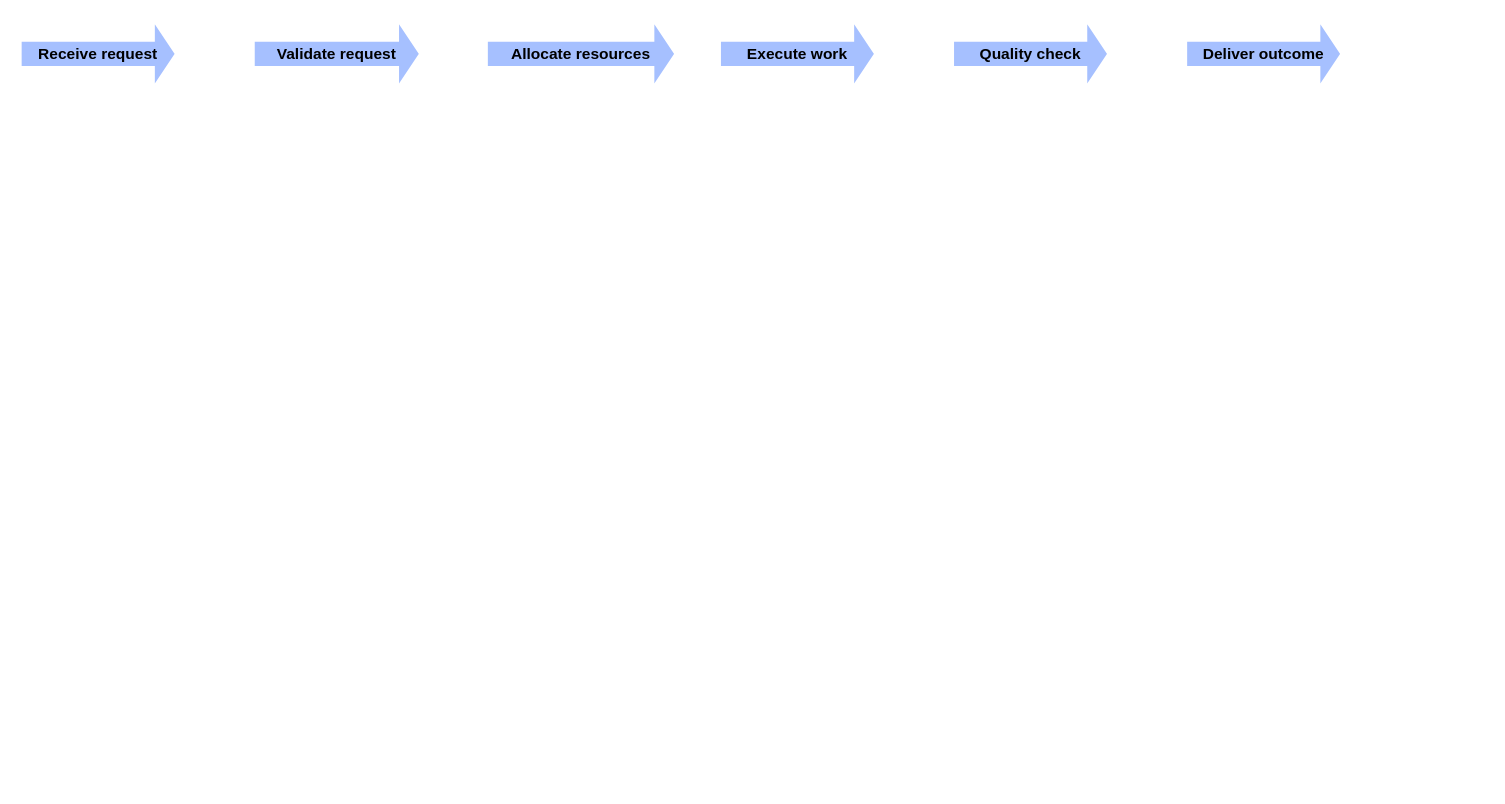
Earlier version of the draw.io diagram skills/documentation/edgy-diagram/examples/expected-process.drawio (Rahola/edgy-skills). Source tidied: cells renumbered, new cells numbered last; positions are measured from the earlier drawing's top-left corner, leaving out a move shared by most shapes. Both pictures are drawn from the tidied source at 111%, with x=0, y=0 at pixel (20, 20).
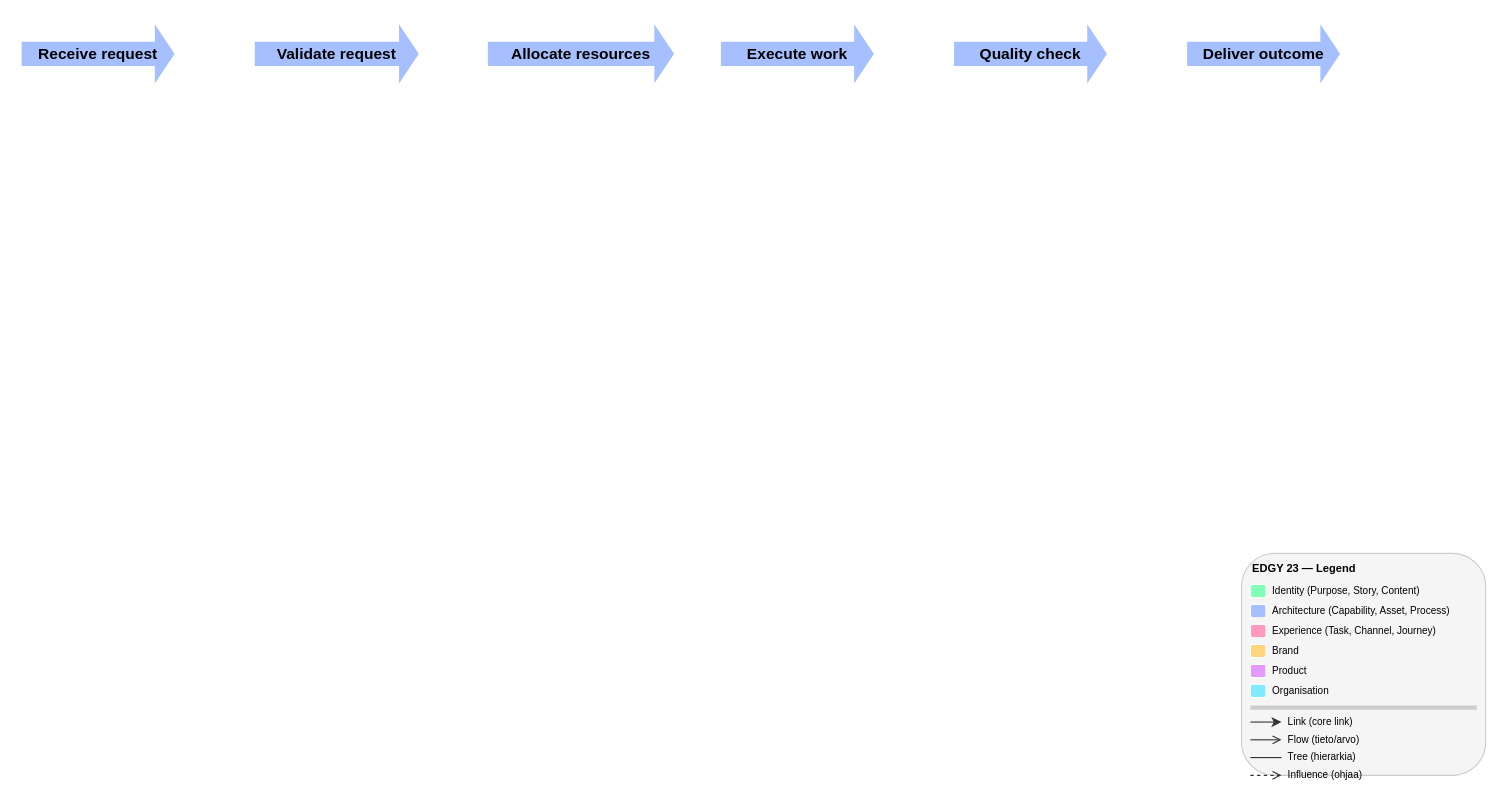
The same page after the edit.

Change to the diagram source:
```diff
@@
+    <mxCell id="8" style="rounded=1;whiteSpace=wrap;html=1;fillColor=#f5f5f5;strokeColor=#cccccc;strokeWidth=1;" parent="1" vertex="1">
+      <mxGeometry x="1100" y="480" width="220" height="200" as="geometry" />
+    </mxCell>
+    <mxCell id="9" value="&lt;b&gt;EDGY 23 — Legend&lt;/b&gt;" style="text;html=1;align=left;verticalAlign=middle;strokeColor=none;fillColor=none;fontSize=10;fontStyle=1;" parent="1" vertex="1">
+      <mxGeometry x="1108" y="484" width="204" height="18" as="geometry" />
+    </mxCell>
+    <mxCell id="10" style="rounded=1;whiteSpace=wrap;html=1;fillColor=#80ffb7;strokeColor=#ffffff;strokeWidth=1;" parent="1" vertex="1">
+      <mxGeometry x="1108" y="508" width="14" height="12" as="geometry" />
+    </mxCell>
+    <mxCell id="11" value="Identity (Purpose, Story, Content)" style="text;html=1;align=left;verticalAlign=middle;strokeColor=none;fillColor=none;fontSize=9;" parent="1" vertex="1">
+      <mxGeometry x="1126" y="506" width="186" height="16" as="geometry" />
+    </mxCell>
+    <mxCell id="12" style="rounded=1;whiteSpace=wrap;html=1;fillColor=#a6c0ff;strokeColor=#ffffff;strokeWidth=1;" parent="1" vertex="1">
+      <mxGeometry x="1108" y="526" width="14" height="12" as="geometry" />
+    </mxCell>
+    <mxCell id="13" value="Architecture (Capability, Asset, Process)" style="text;html=1;align=left;verticalAlign=middle;strokeColor=none;fillColor=none;fontSize=9;" parent="1" vertex="1">
+      <mxGeometry x="1126" y="524" width="186" height="16" as="geometry" />
+    </mxCell>
+    <mxCell id="14" style="rounded=1;whiteSpace=wrap;html=1;fillColor=#ff99bd;strokeColor=#ffffff;strokeWidth=1;" parent="1" vertex="1">
+      <mxGeometry x="1108" y="544" width="14" height="12" as="geometry" />
+    </mxCell>
+    <mxCell id="15" value="Experience (Task, Channel, Journey)" style="text;html=1;align=left;verticalAlign=middle;strokeColor=none;fillColor=none;fontSize=9;" parent="1" vertex="1">
+      <mxGeometry x="1126" y="542" width="186" height="16" as="geometry" />
+    </mxCell>
+    <mxCell id="16" style="rounded=1;whiteSpace=wrap;html=1;fillColor=#ffd580;strokeColor=#ffffff;strokeWidth=1;" parent="1" vertex="1">
+      <mxGeometry x="1108" y="562" width="14" height="12" as="geometry" />
+    </mxCell>
+    <mxCell id="17" value="Brand" style="text;html=1;align=left;verticalAlign=middle;strokeColor=none;fillColor=none;fontSize=9;" parent="1" vertex="1">
+      <mxGeometry x="1126" y="560" width="186" height="16" as="geometry" />
+    </mxCell>
+    <mxCell id="18" style="rounded=1;whiteSpace=wrap;html=1;fillColor=#e599ff;strokeColor=#ffffff;strokeWidth=1;" parent="1" vertex="1">
+      <mxGeometry x="1108" y="580" width="14" height="12" as="geometry" />
+    </mxCell>
+    <mxCell id="19" value="Product" style="text;html=1;align=left;verticalAlign=middle;strokeColor=none;fillColor=none;fontSize=9;" parent="1" vertex="1">
+      <mxGeometry x="1126" y="578" width="186" height="16" as="geometry" />
+    </mxCell>
+    <mxCell id="20" style="rounded=1;whiteSpace=wrap;html=1;fillColor=#80eaff;strokeColor=#ffffff;strokeWidth=1;" parent="1" vertex="1">
+      <mxGeometry x="1108" y="598" width="14" height="12" as="geometry" />
+    </mxCell>
+    <mxCell id="21" value="Organisation" style="text;html=1;align=left;verticalAlign=middle;strokeColor=none;fillColor=none;fontSize=9;" parent="1" vertex="1">
+      <mxGeometry x="1126" y="596" width="186" height="16" as="geometry" />
+    </mxCell>
+    <mxCell id="22" style="line;strokeColor=#cccccc;fillColor=none;" parent="1" vertex="1">
+      <mxGeometry x="1108" y="616" width="204" height="6" as="geometry" />
+    </mxCell>
+    <mxCell id="23" style="edgeStyle=none;endArrow=classic;endFill=1;strokeWidth=1;strokeColor=#333333;" parent="1" edge="1">
+      <mxGeometry relative="1" as="geometry">
+        <mxPoint x="1108" y="632" as="sourcePoint" />
+        <mxPoint x="1136" y="632" as="targetPoint" />
+      </mxGeometry>
+    </mxCell>
+    <mxCell id="24" value="Link (core link)" style="text;html=1;align=left;verticalAlign=middle;strokeColor=none;fillColor=none;fontSize=9;" parent="1" vertex="1">
+      <mxGeometry x="1140" y="624" width="172" height="16" as="geometry" />
+    </mxCell>
+    <mxCell id="25" style="edgeStyle=none;endArrow=open;endFill=0;strokeWidth=1;strokeColor=#333333;" parent="1" edge="1">
+      <mxGeometry relative="1" as="geometry">
+        <mxPoint x="1108" y="648" as="sourcePoint" />
+        <mxPoint x="1136" y="648" as="targetPoint" />
+      </mxGeometry>
+    </mxCell>
+    <mxCell id="26" value="Flow (tieto/arvo)" style="text;html=1;align=left;verticalAlign=middle;strokeColor=none;fillColor=none;fontSize=9;" parent="1" vertex="1">
+      <mxGeometry x="1140" y="640" width="172" height="16" as="geometry" />
+    </mxCell>
+    <mxCell id="27" style="edgeStyle=none;endArrow=none;strokeWidth=1;strokeColor=#333333;" parent="1" edge="1">
+      <mxGeometry relative="1" as="geometry">
+        <mxPoint x="1108" y="664" as="sourcePoint" />
+        <mxPoint x="1136" y="664" as="targetPoint" />
+      </mxGeometry>
+    </mxCell>
+    <mxCell id="28" value="Tree (hierarkia)" style="text;html=1;align=left;verticalAlign=middle;strokeColor=none;fillColor=none;fontSize=9;" parent="1" vertex="1">
+      <mxGeometry x="1140" y="656" width="172" height="16" as="geometry" />
+    </mxCell>
+    <mxCell id="29" style="edgeStyle=none;endArrow=open;endFill=0;dashed=1;strokeWidth=1;strokeColor=#333333;" parent="1" edge="1">
+      <mxGeometry relative="1" as="geometry">
+        <mxPoint x="1108" y="680" as="sourcePoint" />
+        <mxPoint x="1136" y="680" as="targetPoint" />
+      </mxGeometry>
+    </mxCell>
+    <mxCell id="30" value="Influence (ohjaa)" style="text;html=1;align=left;verticalAlign=middle;strokeColor=none;fillColor=none;fontSize=9;" parent="1" vertex="1">
+      <mxGeometry x="1140" y="672" width="172" height="16" as="geometry" />
+    </mxCell>
```
